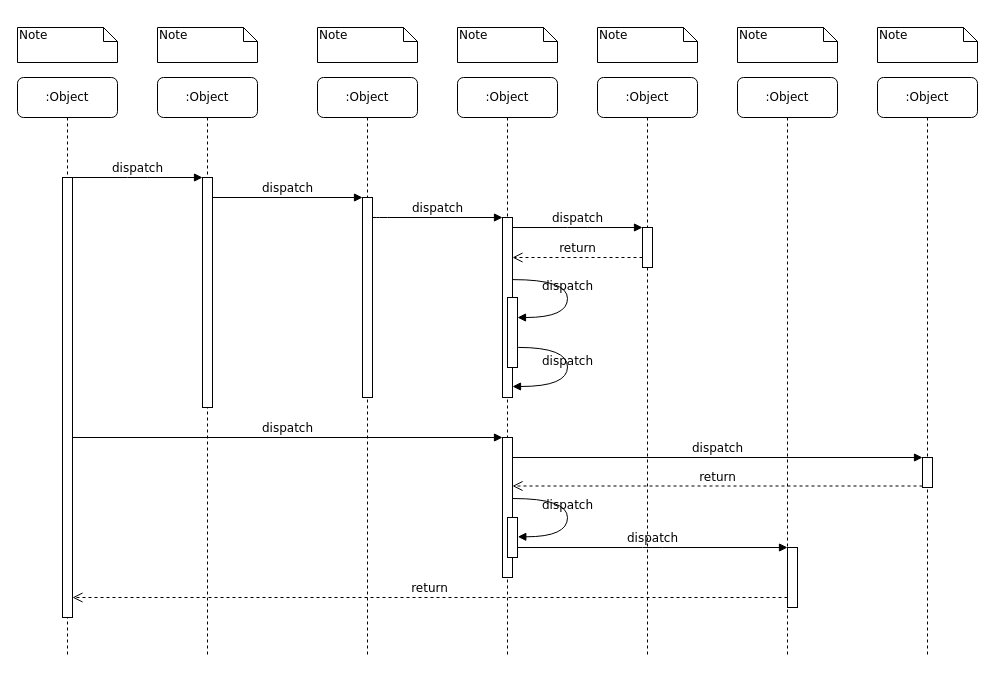
The draw.io diagram Diagramme sans nom.drawio in Michrian/architect, before the edit. Source tidied: cells renumbered, new cells numbered last; positions are measured from the earlier drawing's top-left corner, leaving out a move shared by most shapes. Both pictures are drawn from the tidied source at 100%, with x=0, y=0 at pixel (17, 27).
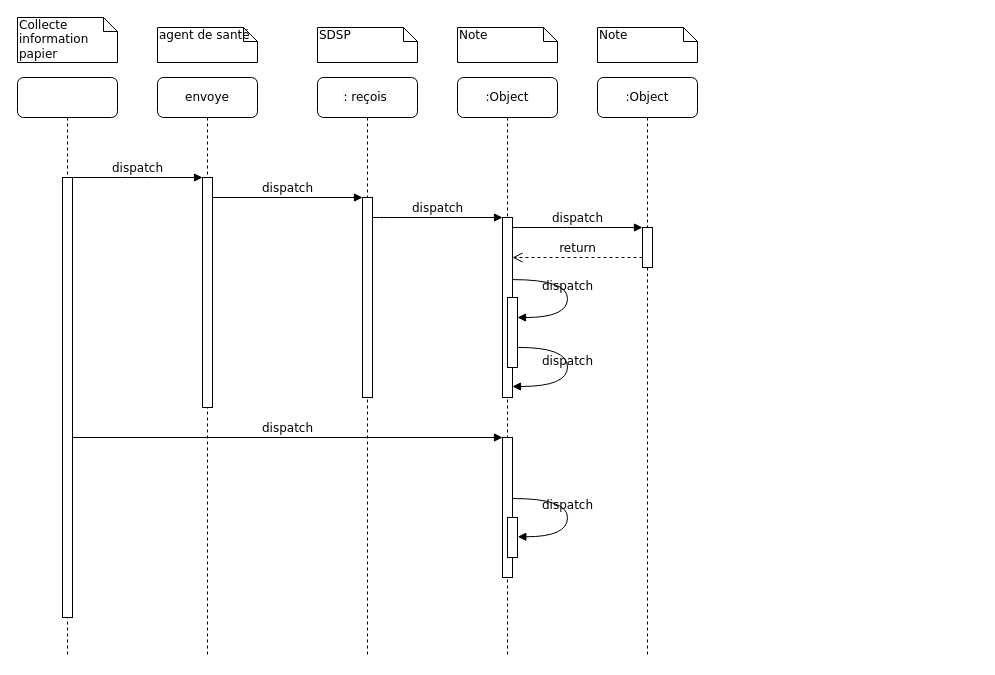
Above is the later version.

Commit message:
Mettre à jour Diagramme sans nom.drawio

Unchanged cells that the change refers to:
```xml
<mxCell id="11" style="html=1;points=[];perimeter=orthogonalPerimeter;rounded=0;shadow=0;comic=0;labelBackgroundColor=none;strokeWidth=1;fontFamily=Verdana;fontSize=12;align=center;" parent="10" vertex="1">
  <mxGeometry x="45" y="100" width="10" height="440" as="geometry" />
</mxCell>
<mxCell id="17" style="html=1;points=[];perimeter=orthogonalPerimeter;rounded=0;shadow=0;comic=0;labelBackgroundColor=none;strokeWidth=1;fontFamily=Verdana;fontSize=12;align=center;" parent="1" vertex="1">
  <mxGeometry x="485" y="410" width="10" height="140" as="geometry" />
</mxCell>
<mxCell id="30" style="html=1;points=[];perimeter=orthogonalPerimeter;rounded=0;shadow=0;comic=0;labelBackgroundColor=none;strokeWidth=1;fontFamily=Verdana;fontSize=12;align=center;" parent="1" vertex="1">
  <mxGeometry x="490" y="490" width="10" height="40" as="geometry" />
</mxCell>
```

What changed in the source:
```diff
@@
-    <mxCell id="2" value=":Object" style="shape=umlLifeline;perimeter=lifelinePerimeter;whiteSpace=wrap;html=1;rounded=1;shadow=0;comic=0;labelBackgroundColor=none;strokeWidth=1;fontFamily=Verdana;fontSize=12;align=center;" parent="1" vertex="1">
+    <mxCell id="2" value="&lt;span&gt;envoye&lt;/span&gt;" style="shape=umlLifeline;perimeter=lifelinePerimeter;whiteSpace=wrap;html=1;rounded=1;shadow=0;comic=0;labelBackgroundColor=none;strokeWidth=1;fontFamily=Verdana;fontSize=12;align=center;" parent="1" vertex="1">
       <mxGeometry x="140" y="50" width="100" height="580" as="geometry" />
     </mxCell>
@@
-    <mxCell id="4" value=":Object" style="shape=umlLifeline;perimeter=lifelinePerimeter;whiteSpace=wrap;html=1;rounded=1;shadow=0;comic=0;labelBackgroundColor=none;strokeWidth=1;fontFamily=Verdana;fontSize=12;align=center;" parent="1" vertex="1">
+    <mxCell id="4" value="&#10;&#10;&lt;span style=&quot;color: rgb(0, 0, 0); font-family: verdana; font-size: 12px; font-style: normal; font-weight: 400; letter-spacing: normal; text-align: center; text-indent: 0px; text-transform: none; word-spacing: 0px; background-color: rgb(248, 249, 250); display: inline; float: none;&quot;&gt;: reçois&amp;nbsp;&lt;/span&gt;&#10;&#10;" style="shape=umlLifeline;perimeter=lifelinePerimeter;whiteSpace=wrap;html=1;rounded=1;shadow=0;comic=0;labelBackgroundColor=none;strokeWidth=1;fontFamily=Verdana;fontSize=12;align=center;" parent="1" vertex="1">
       <mxGeometry x="300" y="50" width="100" height="580" as="geometry" />
     </mxCell>
@@
-    <mxCell id="8" value=":Object" style="shape=umlLifeline;perimeter=lifelinePerimeter;whiteSpace=wrap;html=1;rounded=1;shadow=0;comic=0;labelBackgroundColor=none;strokeWidth=1;fontFamily=Verdana;fontSize=12;align=center;" parent="1" vertex="1">
-      <mxGeometry x="720" y="50" width="100" height="580" as="geometry" />
-    </mxCell>
-    <mxCell id="9" value=":Object" style="shape=umlLifeline;perimeter=lifelinePerimeter;whiteSpace=wrap;html=1;rounded=1;shadow=0;comic=0;labelBackgroundColor=none;strokeWidth=1;fontFamily=Verdana;fontSize=12;align=center;" parent="1" vertex="1">
-      <mxGeometry x="860" y="50" width="100" height="580" as="geometry" />
-    </mxCell>
-    <mxCell id="10" value=":Object" style="shape=umlLifeline;perimeter=lifelinePerimeter;whiteSpace=wrap;html=1;rounded=1;shadow=0;comic=0;labelBackgroundColor=none;strokeWidth=1;fontFamily=Verdana;fontSize=12;align=center;" parent="1" vertex="1">
+    <mxCell id="10" style="shape=umlLifeline;perimeter=lifelinePerimeter;whiteSpace=wrap;html=1;rounded=1;shadow=0;comic=0;labelBackgroundColor=none;strokeWidth=1;fontFamily=Verdana;fontSize=12;align=center;" parent="1" vertex="1">
       <mxGeometry y="50" width="100" height="580" as="geometry" />
     </mxCell>
@@
-    <mxCell id="19" style="html=1;points=[];perimeter=orthogonalPerimeter;rounded=0;shadow=0;comic=0;labelBackgroundColor=none;strokeColor=#000000;strokeWidth=1;fillColor=#FFFFFF;fontFamily=Verdana;fontSize=12;fontColor=#000000;align=center;" parent="1" vertex="1">
-      <mxGeometry x="905" y="430" width="10" height="30" as="geometry" />
-    </mxCell>
-    <mxCell id="20" value="dispatch" style="html=1;verticalAlign=bottom;endArrow=block;entryX=0;entryY=0;labelBackgroundColor=none;fontFamily=Verdana;fontSize=12;" parent="1" edge="1" source="17" target="19">
-      <mxGeometry relative="1" as="geometry" />
-    </mxCell>
-    <mxCell id="21" value="return" style="html=1;verticalAlign=bottom;endArrow=open;dashed=1;endSize=8;exitX=0;exitY=0.95;labelBackgroundColor=none;fontFamily=Verdana;fontSize=12;" parent="1" edge="1" source="19" target="17">
-      <mxGeometry relative="1" as="geometry" />
-    </mxCell>
-    <mxCell id="22" style="html=1;points=[];perimeter=orthogonalPerimeter;rounded=0;shadow=0;comic=0;labelBackgroundColor=none;strokeWidth=1;fontFamily=Verdana;fontSize=12;align=center;" parent="1" vertex="1">
-      <mxGeometry x="770" y="520" width="10" height="60" as="geometry" />
-    </mxCell>
-    <mxCell id="23" value="dispatch" style="html=1;verticalAlign=bottom;endArrow=block;entryX=0;entryY=0;labelBackgroundColor=none;fontFamily=Verdana;fontSize=12;edgeStyle=elbowEdgeStyle;elbow=vertical;" parent="1" edge="1" source="30" target="22">
-      <mxGeometry relative="1" as="geometry" />
-    </mxCell>
-    <mxCell id="24" value="return" style="html=1;verticalAlign=bottom;endArrow=open;dashed=1;endSize=8;labelBackgroundColor=none;fontFamily=Verdana;fontSize=12;edgeStyle=elbowEdgeStyle;elbow=vertical;" parent="1" edge="1" source="22" target="11">
-      <mxGeometry relative="1" as="geometry">
-        <Array as="points">
-          <mxPoint x="470" y="570" />
-        </Array>
-      </mxGeometry>
-    </mxCell>
@@
-    <mxCell id="32" value="Note" style="shape=note;whiteSpace=wrap;html=1;size=14;verticalAlign=top;align=left;spacingTop=-6;rounded=0;shadow=0;comic=0;labelBackgroundColor=none;strokeWidth=1;fontFamily=Verdana;fontSize=12;" parent="1" vertex="1">
-      <mxGeometry width="100" height="35" as="geometry" />
+    <mxCell id="32" value="Collecte information papier" style="shape=note;whiteSpace=wrap;html=1;size=14;verticalAlign=top;align=left;spacingTop=-6;rounded=0;shadow=0;comic=0;labelBackgroundColor=none;strokeWidth=1;fontFamily=Verdana;fontSize=12;" parent="1" vertex="1">
+      <mxGeometry y="-10" width="100" height="45" as="geometry" />
     </mxCell>
-    <mxCell id="33" value="Note" style="shape=note;whiteSpace=wrap;html=1;size=14;verticalAlign=top;align=left;spacingTop=-6;rounded=0;shadow=0;comic=0;labelBackgroundColor=none;strokeWidth=1;fontFamily=Verdana;fontSize=12;" parent="1" vertex="1">
+    <mxCell id="33" value="&lt;span&gt;agent de santé&amp;nbsp;&lt;/span&gt;" style="shape=note;whiteSpace=wrap;html=1;size=14;verticalAlign=top;align=left;spacingTop=-6;rounded=0;shadow=0;comic=0;labelBackgroundColor=none;strokeWidth=1;fontFamily=Verdana;fontSize=12;" parent="1" vertex="1">
       <mxGeometry x="140" width="100" height="35" as="geometry" />
     </mxCell>
-    <mxCell id="34" value="Note" style="shape=note;whiteSpace=wrap;html=1;size=14;verticalAlign=top;align=left;spacingTop=-6;rounded=0;shadow=0;comic=0;labelBackgroundColor=none;strokeWidth=1;fontFamily=Verdana;fontSize=12;" parent="1" vertex="1">
+    <mxCell id="34" value="SDSP&amp;nbsp;" style="shape=note;whiteSpace=wrap;html=1;size=14;verticalAlign=top;align=left;spacingTop=-6;rounded=0;shadow=0;comic=0;labelBackgroundColor=none;strokeWidth=1;fontFamily=Verdana;fontSize=12;" parent="1" vertex="1">
       <mxGeometry x="300" width="100" height="35" as="geometry" />
     </mxCell>
@@
-    <mxCell id="37" value="Note" style="shape=note;whiteSpace=wrap;html=1;size=14;verticalAlign=top;align=left;spacingTop=-6;rounded=0;shadow=0;comic=0;labelBackgroundColor=none;strokeWidth=1;fontFamily=Verdana;fontSize=12;" parent="1" vertex="1">
-      <mxGeometry x="720" width="100" height="35" as="geometry" />
-    </mxCell>
-    <mxCell id="38" value="Note" style="shape=note;whiteSpace=wrap;html=1;size=14;verticalAlign=top;align=left;spacingTop=-6;rounded=0;shadow=0;comic=0;labelBackgroundColor=none;strokeWidth=1;fontFamily=Verdana;fontSize=12;" parent="1" vertex="1">
-      <mxGeometry x="860" width="100" height="35" as="geometry" />
-    </mxCell>
```
